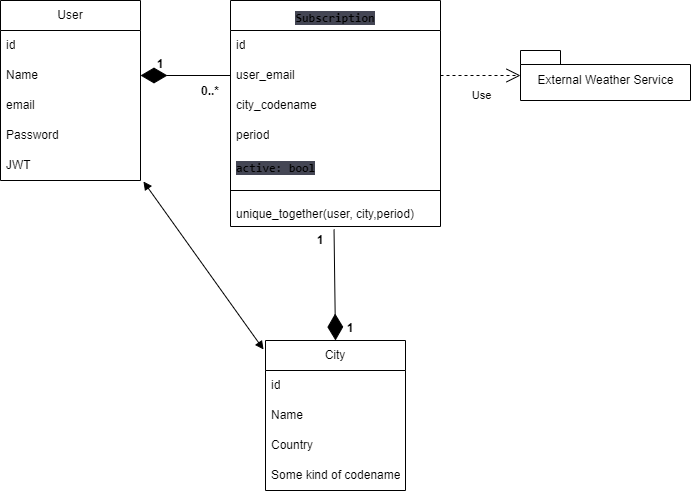
This is uml/uml_class.png from Ostin-X/DjangoWeatherRemider, a draw.io export, as it was before one commit. Source tidied: cells renumbered, new cells last; positions are measured from the earlier drawing's top-left corner, leaving out a move shared by most shapes.
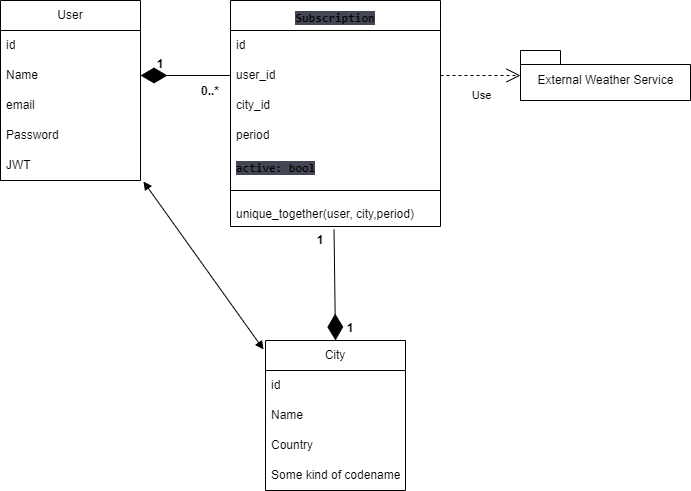
The same diagram one commit later.

Commit message:
WEBPACK js only

The edit, as a diff of the source:
```diff
@@ -44,10 +44,10 @@
     <mxCell id="15" value="id" style="text;strokeColor=none;fillColor=none;align=left;verticalAlign=middle;spacingLeft=4;spacingRight=4;overflow=hidden;whiteSpace=wrap;html=1;" parent="14" vertex="1">
       <mxGeometry y="30" width="210" height="30" as="geometry" />
     </mxCell>
-    <mxCell id="16" value="user_email" style="text;strokeColor=none;fillColor=none;align=left;verticalAlign=middle;spacingLeft=4;spacingRight=4;overflow=hidden;points=[[0,0.5],[1,0.5]];portConstraint=eastwest;whiteSpace=wrap;html=1;" parent="14" vertex="1">
+    <mxCell id="16" value="user_id" style="text;strokeColor=none;fillColor=none;align=left;verticalAlign=middle;spacingLeft=4;spacingRight=4;overflow=hidden;points=[[0,0.5],[1,0.5]];portConstraint=eastwest;whiteSpace=wrap;html=1;" parent="14" vertex="1">
       <mxGeometry y="60" width="210" height="30" as="geometry" />
     </mxCell>
-    <mxCell id="17" value="city_codename" style="text;strokeColor=none;fillColor=none;align=left;verticalAlign=middle;spacingLeft=4;spacingRight=4;overflow=hidden;whiteSpace=wrap;html=1;" parent="14" vertex="1">
+    <mxCell id="17" value="city_id" style="text;strokeColor=none;fillColor=none;align=left;verticalAlign=middle;spacingLeft=4;spacingRight=4;overflow=hidden;whiteSpace=wrap;html=1;" parent="14" vertex="1">
       <mxGeometry y="90" width="210" height="30" as="geometry" />
     </mxCell>
     <mxCell id="18" value="period" style="text;strokeColor=none;fillColor=none;align=left;verticalAlign=middle;spacingLeft=4;spacingRight=4;overflow=hidden;whiteSpace=wrap;html=1;" parent="14" vertex="1">
```
